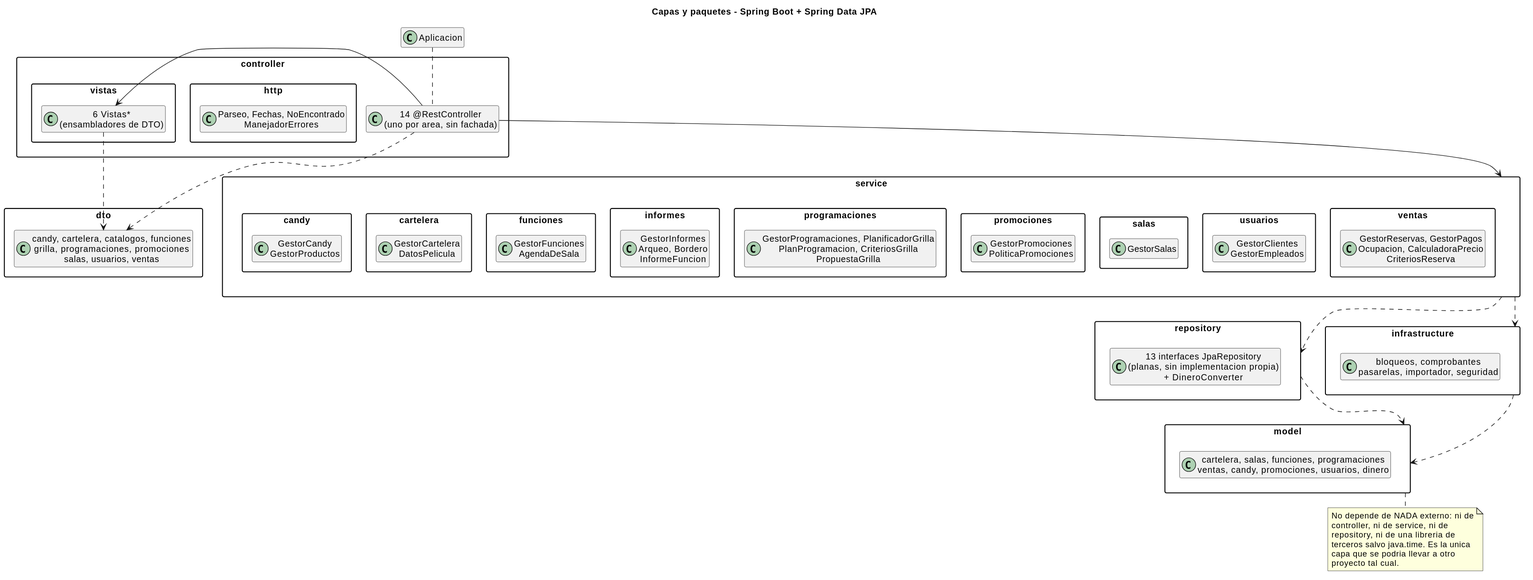
This is _other/docs/diagramas/capas.svg from andreiveisuade/cine-uade, a PlantUML export, as it was before one commit.
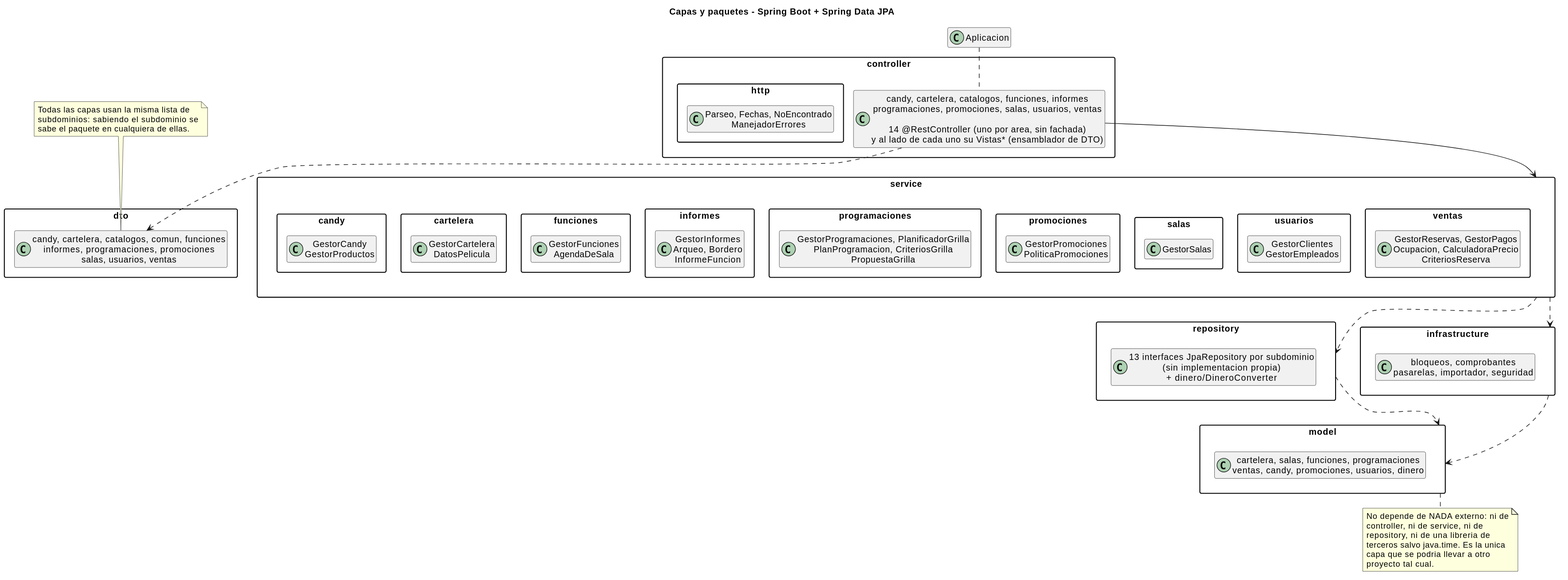
After the commit.

Commit message:
docs: misma lista de subdominios en todas las capas, en el manual y los diagramas

The edit, as a diff of the source:
```diff
@@ -8,17 +8,14 @@
 hide members
 
 package controller {
-  package vistas {
-    class "6 Vistas*\n(ensambladores de DTO)" as VistasInternas
-  }
   package http {
     class "Parseo, Fechas, NoEncontrado\nManejadorErrores" as Http
   }
-  class "14 @RestController\n(uno por area, sin fachada)" as Controllers
+  class "candy, cartelera, catalogos, funciones, informes\nprogramaciones, promociones, salas, usuarios, ventas\n\n14 @RestController (uno por area, sin fachada)\ny al lado de cada uno su Vistas* (ensamblador de DTO)" as Controllers
 }
 
 package dto {
-  class "candy, cartelera, catalogos, funciones\ngrilla, programaciones, promociones\nsalas, usuarios, ventas" as Dtos
+  class "candy, cartelera, catalogos, comun, funciones\ninformes, programaciones, promociones\nsalas, usuarios, ventas" as Dtos
 }
 
 package service {
@@ -56,7 +53,7 @@
 }
 
 package repository {
-  class "13 interfaces JpaRepository\n(planas, sin implementacion propia)\n+ DineroConverter" as Repos
+  class "13 interfaces JpaRepository por subdominio\n(sin implementacion propia)\n+ dinero/DineroConverter" as Repos
 }
 
 package infrastructure {
@@ -66,9 +63,7 @@
 class Aplicacion
 
 Controllers -down-> service
-Controllers -right-> VistasInternas
 Controllers ..> Dtos
-VistasInternas ..> Dtos
 
 service ..> repository
 service ..> infrastructure
@@ -84,5 +79,11 @@
   proyecto tal cual.
 end note
 
+note top of Dtos
+  Todas las capas usan la misma lista de
+  subdominios: sabiendo el subdominio se
+  sabe el paquete en cualquiera de ellas.
+end note
+
 Aplicacion .. Controllers
 @enduml
```
